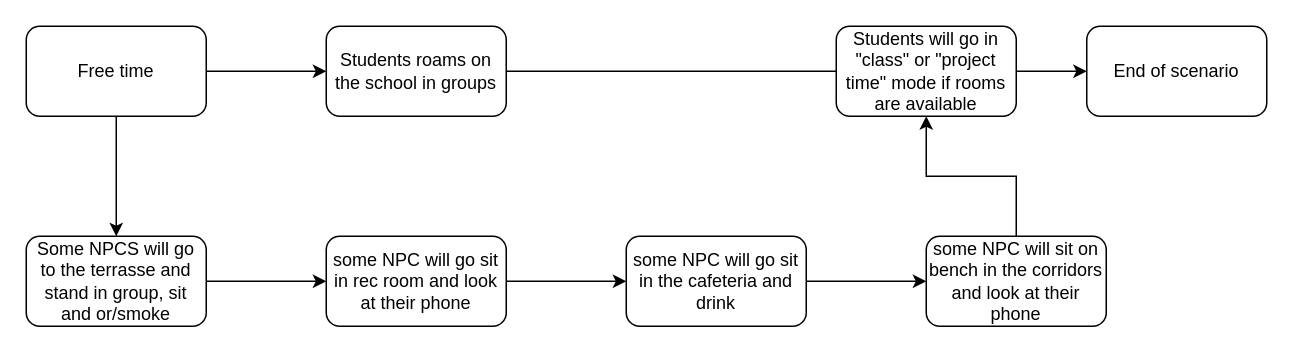
This is docs/img/draw.ioTechnical source/Free time.drawio from Louis-de-Lavenne-de-Choulot/ALGOSUP_2022_Project_4_F, a draw.io file, before an edit. Source tidied: cells renumbered, new cells numbered last; positions are measured from the earlier drawing's top-left corner, leaving out a move shared by most shapes. Both pictures are drawn from the tidied source at 150%, with x=0, y=0 at pixel (26, 26).
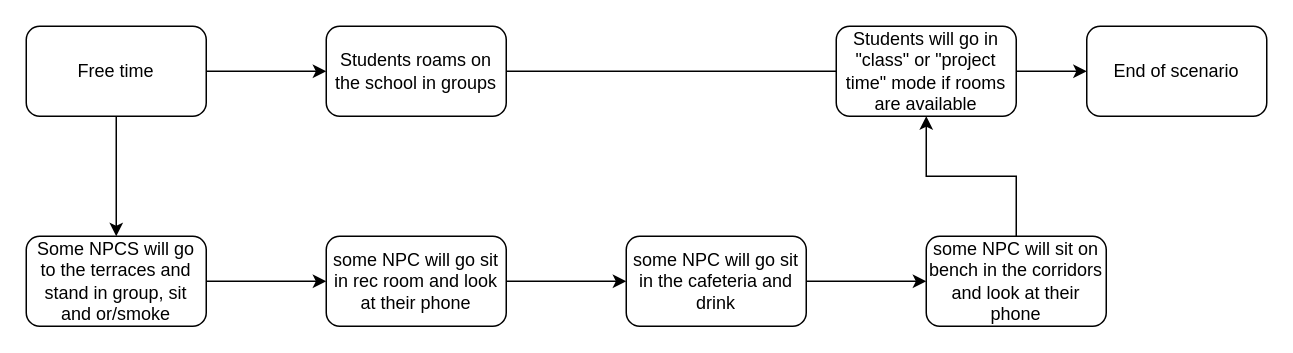
Above is the later version.

What changed in the source:
```diff
@@
 <mxGraphModel background="#ffffff">
   <root>
     <mxCell id="0" />
     <mxCell id="1" parent="0" />
     <mxCell id="2" style="edgeStyle=orthogonalEdgeStyle;rounded=0;jettySize=auto;html=1;" parent="1" edge="1" source="4" target="6">
       <mxGeometry relative="1" as="geometry" />
     </mxCell>
     <mxCell id="3" style="edgeStyle=orthogonalEdgeStyle;rounded=0;jettySize=auto;html=1;" parent="1" edge="1" source="4" target="8">
       <mxGeometry relative="1" as="geometry" />
     </mxCell>
     <mxCell id="4" value="Free time" style="rounded=1;whiteSpace=wrap;html=1;" parent="1" vertex="1">
       <mxGeometry width="120" height="60" as="geometry" />
     </mxCell>
     <mxCell id="5" style="edgeStyle=orthogonalEdgeStyle;rounded=0;jettySize=auto;html=1;" parent="1" edge="1" source="6">
       <mxGeometry relative="1" as="geometry">
         <mxPoint x="600" y="30" as="targetPoint" />
       </mxGeometry>
     </mxCell>
     <mxCell id="6" value="Students roams on the school in groups" style="rounded=1;whiteSpace=wrap;html=1;" parent="1" vertex="1">
       <mxGeometry x="200" width="120" height="60" as="geometry" />
     </mxCell>
     <mxCell id="7" style="edgeStyle=orthogonalEdgeStyle;rounded=0;jettySize=auto;html=1;" parent="1" edge="1" source="8" target="10">
       <mxGeometry relative="1" as="geometry" />
     </mxCell>
-    <mxCell id="8" value="Some NPCS will go to the terrasse and stand in group, sit and or/smoke" style="whiteSpace=wrap;html=1;rounded=1;" parent="1" vertex="1">
+    <mxCell id="8" value="Some NPCS will go to the terraces and stand in group, sit and or/smoke" style="whiteSpace=wrap;html=1;rounded=1;" parent="1" vertex="1">
       <mxGeometry y="140" width="120" height="60" as="geometry" />
     </mxCell>
     <mxCell id="9" style="edgeStyle=orthogonalEdgeStyle;rounded=0;jettySize=auto;html=1;" parent="1" edge="1" source="10" target="12">
       <mxGeometry relative="1" as="geometry" />
     </mxCell>
     <mxCell id="10" value="some NPC will go sit in rec room and look at their phone" style="whiteSpace=wrap;html=1;rounded=1;" parent="1" vertex="1">
       <mxGeometry x="200" y="140" width="120" height="60" as="geometry" />
     </mxCell>
     <mxCell id="11" style="edgeStyle=orthogonalEdgeStyle;rounded=0;jettySize=auto;html=1;" parent="1" edge="1" source="12" target="14">
       <mxGeometry relative="1" as="geometry" />
     </mxCell>
     <mxCell id="12" value="some NPC will go sit in the cafeteria and drink" style="whiteSpace=wrap;html=1;rounded=1;" parent="1" vertex="1">
       <mxGeometry x="400" y="140" width="120" height="60" as="geometry" />
     </mxCell>
     <mxCell id="13" style="edgeStyle=orthogonalEdgeStyle;rounded=0;jettySize=auto;html=1;entryX=0.5;entryY=1;entryDx=0;entryDy=0;" parent="1" edge="1" source="14" target="16">
       <mxGeometry relative="1" as="geometry" />
     </mxCell>
     <mxCell id="14" value="some NPC will sit on bench in the corridors and look at their phone" style="whiteSpace=wrap;html=1;rounded=1;" parent="1" vertex="1">
       <mxGeometry x="600" y="140" width="120" height="60" as="geometry" />
     </mxCell>
     <mxCell id="15" style="edgeStyle=orthogonalEdgeStyle;rounded=0;jettySize=auto;html=1;" parent="1" edge="1" source="16" target="17">
       <mxGeometry relative="1" as="geometry" />
     </mxCell>
     <mxCell id="16" value="Students will go in &quot;class&quot; or &quot;project time&quot; mode if rooms are available" style="rounded=1;whiteSpace=wrap;html=1;" parent="1" vertex="1">
       <mxGeometry x="540" width="120" height="60" as="geometry" />
     </mxCell>
     <mxCell id="17" value="End of scenario" style="whiteSpace=wrap;html=1;rounded=1;" parent="1" vertex="1">
       <mxGeometry x="707" width="120" height="60" as="geometry" />
     </mxCell>
   </root>
 </mxGraphModel>
```
